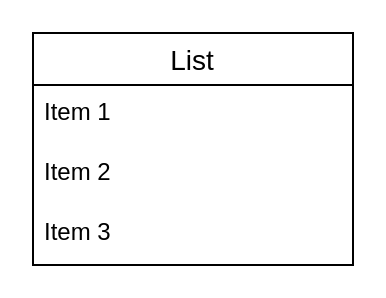
Above: ER.dio in soichiroooo/personalitytest (draw.io), before the change. Source tidied: cells renumbered, new cells numbered last; positions are measured from the earlier drawing's top-left corner, leaving out a move shared by most shapes. Both pictures are drawn from the tidied source at 200%, with x=0, y=0 at pixel (32, 32).
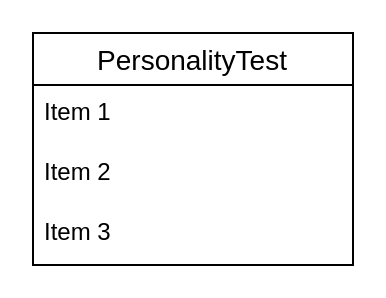
Above is the later version.

Commit message:
デプロイエラー解消方法模索　差分生成

What changed in the source:
```diff
@@
 <mxGraphModel>
   <root>
     <mxCell id="0" />
     <mxCell id="1" parent="0" />
-    <mxCell id="2" value="List" style="swimlane;fontStyle=0;horizontal=1;startSize=26;align=center;fontSize=14;" parent="1" vertex="1">
+    <mxCell id="2" value="PersonalityTest" style="swimlane;fontStyle=0;horizontal=1;startSize=26;align=center;fontSize=14;" parent="1" vertex="1">
       <mxGeometry width="160" height="116" as="geometry" />
     </mxCell>
     <mxCell id="3" value="Item 1" style="text;strokeColor=none;fillColor=none;spacingLeft=4;spacingRight=4;overflow=hidden;fontSize=12;" parent="2" vertex="1">
       <mxGeometry y="26" width="160" height="30" as="geometry" />
     </mxCell>
     <mxCell id="4" value="Item 2" style="text;strokeColor=none;fillColor=none;spacingLeft=4;spacingRight=4;overflow=hidden;fontSize=12;" parent="2" vertex="1">
       <mxGeometry y="56" width="160" height="30" as="geometry" />
     </mxCell>
     <mxCell id="5" value="Item 3" style="text;strokeColor=none;fillColor=none;spacingLeft=4;spacingRight=4;overflow=hidden;fontSize=12;" parent="2" vertex="1">
       <mxGeometry y="86" width="160" height="30" as="geometry" />
     </mxCell>
   </root>
 </mxGraphModel>
```
